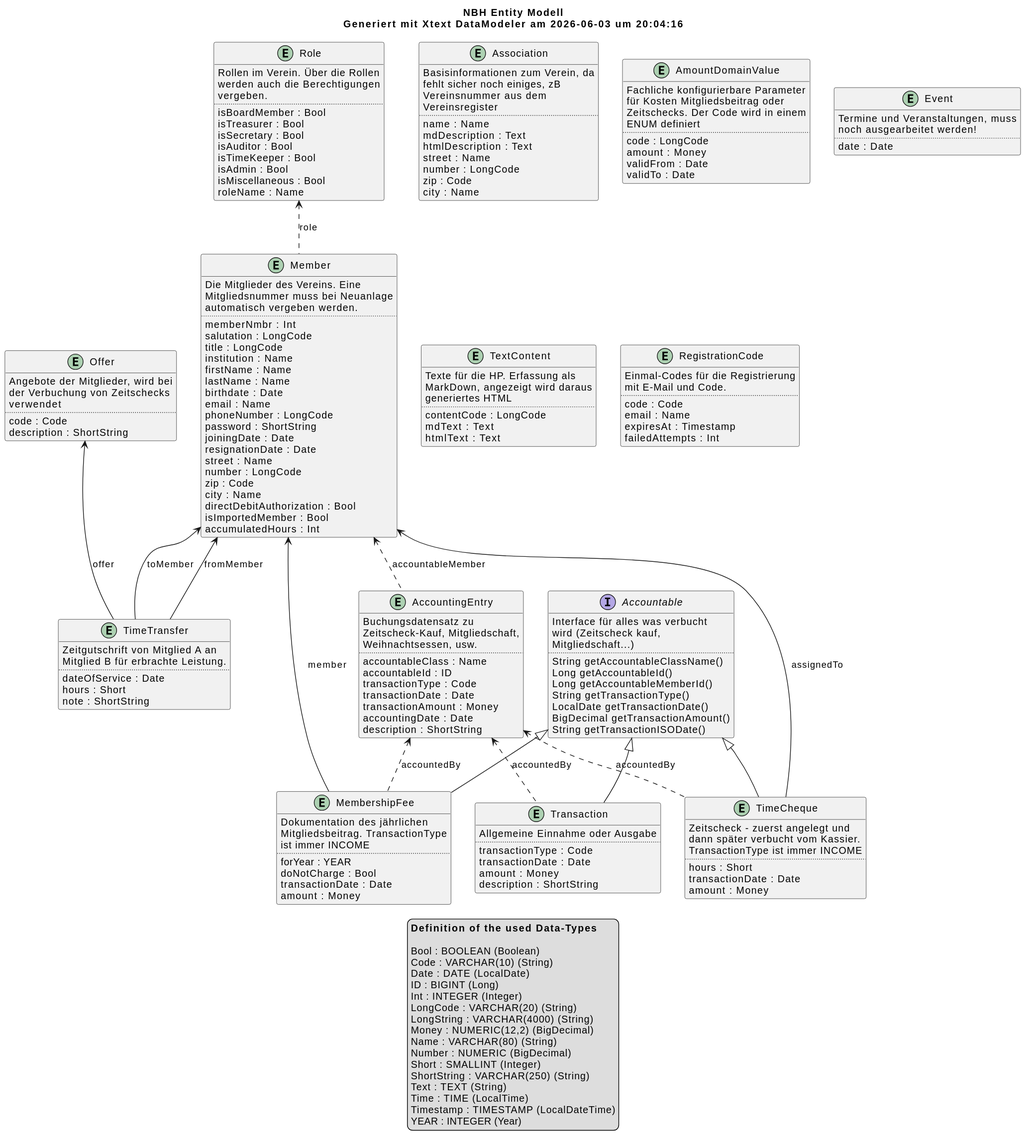
Before: NBH/NBH Entity Model.svg, a diagram exported from PlantUML (nabahilfe/NBHWebApp).
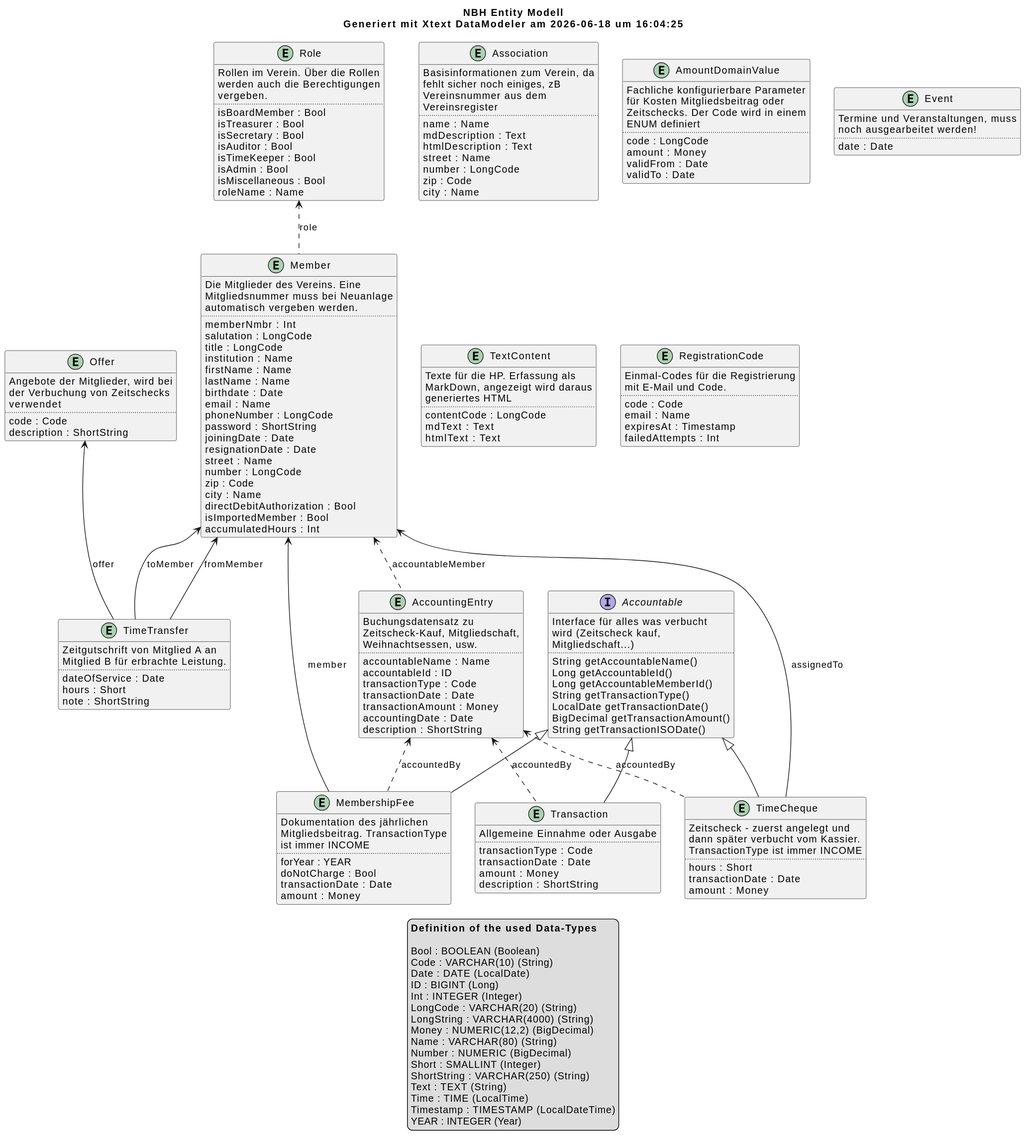
The same diagram one commit later.

Change to the diagram source:
```diff
@@ -4,7 +4,7 @@
 
 title
 NBH Entity Modell
-Generiert mit Xtext DataModeler am 2026-06-03 um 20:04:16
+Generiert mit Xtext DataModeler am 2026-06-18 um 16:04:25
 endtitle
 
 entity Association {
@@ -135,7 +135,7 @@
     Zeitscheck-Kauf, Mitgliedschaft,
     Weihnachtsessen, usw.
     ..
-    {field} accountableClass : Name
+    {field} accountableName : Name
     {field} accountableId : ID
     {field} transactionType : Code
     {field} transactionDate : Date
@@ -157,7 +157,7 @@
     wird (Zeitscheck kauf,
     Mitgliedschaft...)
     ..
-    {method} String getAccountableClassName()
+    {method} String getAccountableName()
     {method} Long getAccountableId()
     {method} Long getAccountableMemberId()
     {method} String getTransactionType()
```
